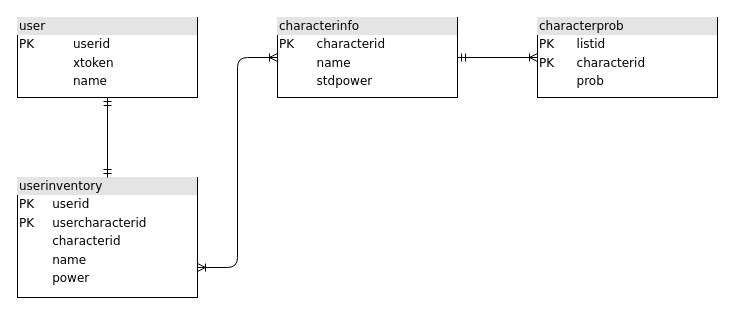
This is Untitled Diagram.drawio from Rabishop/techtrain, a draw.io file, before an edit. Source tidied: cells renumbered, new cells numbered last; positions are measured from the earlier drawing's top-left corner, leaving out a move shared by most shapes. Both pictures are drawn from the tidied source at 100%, with x=0, y=0 at pixel (17, 17).
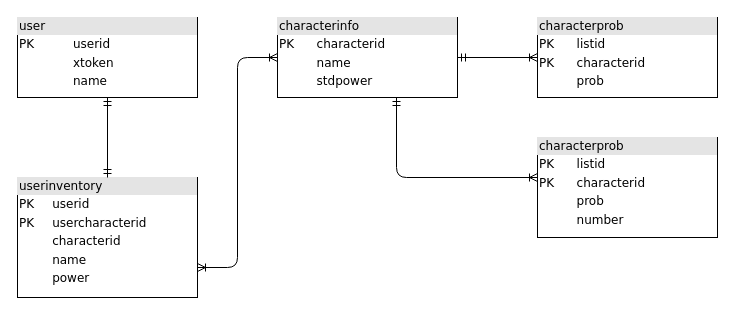
After the change.

Diff of the diagram source:
```diff
@@
 <mxGraphModel>
   <root>
     <mxCell id="0" />
     <mxCell id="1" parent="0" />
     <mxCell id="2" value="&lt;div style=&quot;box-sizing: border-box ; width: 100% ; background: #e4e4e4 ; padding: 2px&quot;&gt;userinventory&lt;/div&gt;&lt;table style=&quot;width: 100% ; font-size: 1em&quot; cellpadding=&quot;2&quot; cellspacing=&quot;0&quot;&gt;&lt;tbody&gt;&lt;tr&gt;&lt;td&gt;PK&lt;/td&gt;&lt;td&gt;&lt;br&gt;&lt;/td&gt;&lt;td&gt;userid&lt;/td&gt;&lt;td&gt;&lt;br&gt;&lt;/td&gt;&lt;/tr&gt;&lt;tr&gt;&lt;td&gt;PK&lt;/td&gt;&lt;td&gt;&lt;br&gt;&lt;/td&gt;&lt;td&gt;usercharacterid&lt;br&gt;&lt;/td&gt;&lt;td&gt;&lt;br&gt;&lt;/td&gt;&lt;/tr&gt;&lt;tr&gt;&lt;td&gt;&lt;br&gt;&lt;/td&gt;&lt;td&gt;&lt;br&gt;&lt;/td&gt;&lt;td&gt;characterid&lt;br&gt;&lt;/td&gt;&lt;td&gt;&lt;/td&gt;&lt;/tr&gt;&lt;tr&gt;&lt;td&gt;&lt;br&gt;&lt;/td&gt;&lt;td&gt;&lt;br&gt;&lt;/td&gt;&lt;td&gt;name&lt;/td&gt;&lt;td&gt;&lt;br&gt;&lt;/td&gt;&lt;/tr&gt;&lt;tr&gt;&lt;td&gt;&lt;br&gt;&lt;/td&gt;&lt;td&gt;&lt;br&gt;&lt;/td&gt;&lt;td&gt;power&lt;/td&gt;&lt;td&gt;&lt;br&gt;&lt;/td&gt;&lt;/tr&gt;&lt;tr&gt;&lt;td&gt;&lt;br&gt;&lt;/td&gt;&lt;td&gt;&lt;br&gt;&lt;/td&gt;&lt;td&gt;&lt;br&gt;&lt;/td&gt;&lt;td&gt;&lt;br&gt;&lt;/td&gt;&lt;/tr&gt;&lt;tr&gt;&lt;td&gt;&lt;br&gt;&lt;/td&gt;&lt;td&gt;&lt;br&gt;&lt;/td&gt;&lt;td&gt;&lt;br&gt;&lt;br&gt;&lt;/td&gt;&lt;td&gt;&lt;br&gt;&lt;/td&gt;&lt;/tr&gt;&lt;tr&gt;&lt;td&gt;&lt;br&gt;&lt;/td&gt;&lt;td&gt;&lt;br&gt;&lt;/td&gt;&lt;td&gt;&lt;br&gt;&lt;/td&gt;&lt;td&gt;&lt;br&gt;&lt;/td&gt;&lt;/tr&gt;&lt;/tbody&gt;&lt;/table&gt;" style="verticalAlign=top;align=left;overflow=fill;html=1;rounded=0;shadow=0;comic=0;labelBackgroundColor=none;strokeWidth=1;fontFamily=Verdana;fontSize=12;" parent="1" vertex="1">
       <mxGeometry y="160" width="180" height="120" as="geometry" />
     </mxCell>
     <mxCell id="3" style="edgeStyle=orthogonalEdgeStyle;html=1;entryX=0.5;entryY=0;labelBackgroundColor=none;startArrow=ERmandOne;endArrow=ERmandOne;fontFamily=Verdana;fontSize=12;align=left;endFill=0;" parent="1" edge="1" source="4" target="2">
       <mxGeometry relative="1" as="geometry" />
     </mxCell>
     <mxCell id="4" value="&lt;div style=&quot;box-sizing: border-box; width: 100%; background: rgb(228, 228, 228); padding: 2px;&quot;&gt;user&lt;/div&gt;&lt;table style=&quot;width: 100% ; font-size: 1em&quot; cellpadding=&quot;2&quot; cellspacing=&quot;0&quot;&gt;&lt;tbody&gt;&lt;tr&gt;&lt;td&gt;PK&lt;/td&gt;&lt;td&gt;userid&lt;/td&gt;&lt;/tr&gt;&lt;tr&gt;&lt;td&gt;&lt;br&gt;&lt;/td&gt;&lt;td&gt;xtoken&lt;/td&gt;&lt;/tr&gt;&lt;tr&gt;&lt;td&gt;&lt;br&gt;&lt;/td&gt;&lt;td&gt;name&lt;/td&gt;&lt;/tr&gt;&lt;tr&gt;&lt;td&gt;&lt;/td&gt;&lt;td&gt;&lt;br&gt;&lt;/td&gt;&lt;/tr&gt;&lt;tr&gt;&lt;td&gt;&lt;/td&gt;&lt;td&gt;&lt;br&gt;&lt;/td&gt;&lt;/tr&gt;&lt;/tbody&gt;&lt;/table&gt;" style="verticalAlign=top;align=left;overflow=fill;html=1;rounded=0;shadow=0;comic=0;labelBackgroundColor=none;strokeWidth=1;fontFamily=Verdana;fontSize=12;" parent="1" vertex="1">
       <mxGeometry width="180" height="80" as="geometry" />
     </mxCell>
     <mxCell id="5" value="&lt;div style=&quot;box-sizing: border-box ; width: 100% ; background: #e4e4e4 ; padding: 2px&quot;&gt;characterinfo&lt;/div&gt;&lt;table style=&quot;width: 100% ; font-size: 1em&quot; cellpadding=&quot;2&quot; cellspacing=&quot;0&quot;&gt;&lt;tbody&gt;&lt;tr&gt;&lt;td&gt;PK&lt;/td&gt;&lt;td&gt;characterid&lt;/td&gt;&lt;/tr&gt;&lt;tr&gt;&lt;td&gt;&lt;br&gt;&lt;/td&gt;&lt;td&gt;name&lt;/td&gt;&lt;/tr&gt;&lt;tr&gt;&lt;td&gt;&lt;br&gt;&lt;/td&gt;&lt;td&gt;stdpower&lt;/td&gt;&lt;/tr&gt;&lt;tr&gt;&lt;td&gt;&lt;br&gt;&lt;/td&gt;&lt;td&gt;&lt;br&gt;&lt;/td&gt;&lt;/tr&gt;&lt;tr&gt;&lt;td&gt;&lt;/td&gt;&lt;td&gt;&lt;/td&gt;&lt;/tr&gt;&lt;/tbody&gt;&lt;/table&gt;" style="verticalAlign=top;align=left;overflow=fill;html=1;rounded=0;shadow=0;comic=0;labelBackgroundColor=none;strokeWidth=1;fontFamily=Verdana;fontSize=12;" parent="1" vertex="1">
       <mxGeometry x="260" width="180" height="80" as="geometry" />
     </mxCell>
     <mxCell id="6" style="edgeStyle=orthogonalEdgeStyle;html=1;labelBackgroundColor=none;startArrow=ERoneToMany;endArrow=ERoneToMany;fontFamily=Verdana;fontSize=12;align=left;endFill=0;exitX=0;exitY=0.5;exitDx=0;exitDy=0;entryX=1;entryY=0.75;entryDx=0;entryDy=0;startFill=0;" parent="1" edge="1" source="5" target="2">
       <mxGeometry relative="1" as="geometry" />
     </mxCell>
     <mxCell id="7" value="&lt;div style=&quot;box-sizing:border-box;width:100%;background:#e4e4e4;padding:2px;&quot;&gt;characterprob&lt;/div&gt;&lt;table style=&quot;width:100%;font-size:1em;&quot; cellpadding=&quot;2&quot; cellspacing=&quot;0&quot;&gt;&lt;tbody&gt;&lt;tr&gt;&lt;td&gt;PK&lt;/td&gt;&lt;td&gt;listid&lt;/td&gt;&lt;/tr&gt;&lt;tr&gt;&lt;td&gt;PK&lt;/td&gt;&lt;td&gt;characterid&lt;/td&gt;&lt;/tr&gt;&lt;tr&gt;&lt;td&gt;&lt;/td&gt;&lt;td&gt;prob&lt;/td&gt;&lt;/tr&gt;&lt;/tbody&gt;&lt;/table&gt;" style="verticalAlign=top;align=left;overflow=fill;html=1;rounded=0;shadow=0;comic=0;labelBackgroundColor=none;strokeWidth=1;fontFamily=Verdana;fontSize=12;" parent="1" vertex="1">
       <mxGeometry x="520" width="180" height="80" as="geometry" />
     </mxCell>
     <mxCell id="8" style="edgeStyle=orthogonalEdgeStyle;html=1;entryX=0;entryY=0.5;labelBackgroundColor=none;startArrow=ERmandOne;endArrow=ERoneToMany;fontFamily=Verdana;fontSize=12;align=left;endFill=0;exitX=1;exitY=0.5;exitDx=0;exitDy=0;entryDx=0;entryDy=0;" parent="1" edge="1" source="5" target="7">
       <mxGeometry relative="1" as="geometry" />
     </mxCell>
+    <mxCell id="9" style="edgeStyle=orthogonalEdgeStyle;html=1;labelBackgroundColor=none;startArrow=ERmandOne;endArrow=ERoneToMany;fontFamily=Verdana;fontSize=12;align=left;endFill=0;" parent="1" edge="1">
+      <mxGeometry relative="1" as="geometry">
+        <mxPoint x="379" y="80" as="sourcePoint" />
+        <mxPoint x="520" y="160" as="targetPoint" />
+        <Array as="points">
+          <mxPoint x="379" y="160" />
+        </Array>
+      </mxGeometry>
+    </mxCell>
+    <mxCell id="10" value="&lt;div style=&quot;box-sizing:border-box;width:100%;background:#e4e4e4;padding:2px;&quot;&gt;characterprob&lt;/div&gt;&lt;table style=&quot;width:100%;font-size:1em;&quot; cellpadding=&quot;2&quot; cellspacing=&quot;0&quot;&gt;&lt;tbody&gt;&lt;tr&gt;&lt;td&gt;PK&lt;/td&gt;&lt;td&gt;listid&lt;/td&gt;&lt;/tr&gt;&lt;tr&gt;&lt;td&gt;PK&lt;/td&gt;&lt;td&gt;characterid&lt;/td&gt;&lt;/tr&gt;&lt;tr&gt;&lt;td&gt;&lt;/td&gt;&lt;td&gt;prob&lt;/td&gt;&lt;/tr&gt;&lt;tr&gt;&lt;td&gt;&lt;br&gt;&lt;/td&gt;&lt;td&gt;number&lt;/td&gt;&lt;/tr&gt;&lt;/tbody&gt;&lt;/table&gt;" style="verticalAlign=top;align=left;overflow=fill;html=1;rounded=0;shadow=0;comic=0;labelBackgroundColor=none;strokeWidth=1;fontFamily=Verdana;fontSize=12;" parent="1" vertex="1">
+      <mxGeometry x="520" y="120" width="180" height="100" as="geometry" />
+    </mxCell>
   </root>
 </mxGraphModel>
```
